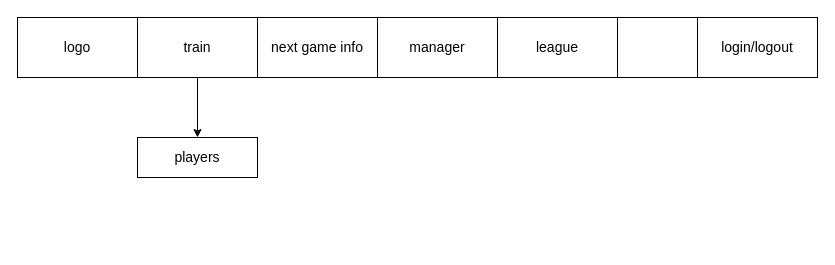
Earlier version of the draw.io diagram page "Page-3" (3 of 5) of api.drawio (rawi123/football-manager). Source tidied: cells renumbered, new cells numbered last; positions are measured from the earlier drawing's top-left corner, leaving out a move shared by most shapes. Both pictures are drawn from the tidied source at 100%, with x=0, y=0 at pixel (17, 17).
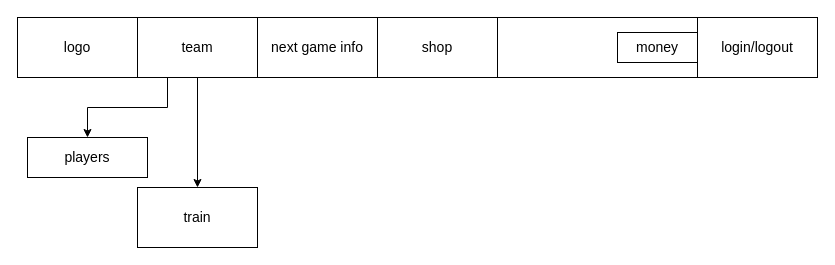
The same diagram, later.

What changed in the source:
```diff
@@
 <mxGraphModel>
   <root>
     <mxCell id="0" />
     <mxCell id="1" parent="0" />
     <mxCell id="2" style="rounded=0;whiteSpace=wrap;html=1;fontSize=14;" parent="1" vertex="1">
       <mxGeometry width="800" height="60" as="geometry" />
     </mxCell>
     <mxCell id="3" value="logo" style="rounded=0;whiteSpace=wrap;html=1;fontSize=14;" parent="1" vertex="1">
       <mxGeometry width="120" height="60" as="geometry" />
     </mxCell>
     <mxCell id="4" value="login/logout" style="rounded=0;whiteSpace=wrap;html=1;fontSize=14;" parent="1" vertex="1">
       <mxGeometry x="680" width="120" height="60" as="geometry" />
     </mxCell>
     <mxCell id="5" style="edgeStyle=orthogonalEdgeStyle;rounded=0;jettySize=auto;html=1;fontSize=14;" parent="1" edge="1" source="6" target="7">
-      <mxGeometry relative="1" as="geometry" />
+      <mxGeometry relative="1" as="geometry">
+        <Array as="points">
+          <mxPoint x="150" y="90" />
+          <mxPoint x="70" y="90" />
+        </Array>
+      </mxGeometry>
     </mxCell>
+    <mxCell id="11" style="edgeStyle=orthogonalEdgeStyle;rounded=0;jettySize=auto;html=1;" parent="1" edge="1" source="6" target="12">
+      <mxGeometry relative="1" as="geometry" />
+    </mxCell>
-    <mxCell id="6" value="train" style="rounded=0;whiteSpace=wrap;html=1;fontSize=14;" parent="1" vertex="1">
+    <mxCell id="6" value="team" style="rounded=0;whiteSpace=wrap;html=1;fontSize=14;" parent="1" vertex="1">
       <mxGeometry x="120" width="120" height="60" as="geometry" />
     </mxCell>
     <mxCell id="7" value="players&lt;br&gt;" style="rounded=0;whiteSpace=wrap;html=1;fontSize=14;" parent="1" vertex="1">
-      <mxGeometry x="120" y="120" width="120" height="40" as="geometry" />
+      <mxGeometry x="10" y="120" width="120" height="40" as="geometry" />
     </mxCell>
     <mxCell id="8" value="next game info" style="rounded=0;whiteSpace=wrap;html=1;fontSize=14;" parent="1" vertex="1">
       <mxGeometry x="240" width="120" height="60" as="geometry" />
     </mxCell>
-    <mxCell id="9" value="manager" style="rounded=0;whiteSpace=wrap;html=1;fontSize=14;" parent="1" vertex="1">
+    <mxCell id="9" value="shop" style="rounded=0;whiteSpace=wrap;html=1;fontSize=14;" parent="1" vertex="1">
       <mxGeometry x="360" width="120" height="60" as="geometry" />
     </mxCell>
-    <mxCell id="10" value="league" style="rounded=0;whiteSpace=wrap;html=1;fontSize=14;" parent="1" vertex="1">
-      <mxGeometry x="480" width="120" height="60" as="geometry" />
+    <mxCell id="10" value="money" style="rounded=0;whiteSpace=wrap;html=1;fontSize=14;" parent="1" vertex="1">
+      <mxGeometry x="600" y="15" width="80" height="30" as="geometry" />
     </mxCell>
+    <mxCell id="12" value="train" style="rounded=0;whiteSpace=wrap;html=1;fontSize=14;" parent="1" vertex="1">
+      <mxGeometry x="120" y="170" width="120" height="60" as="geometry" />
+    </mxCell>
   </root>
 </mxGraphModel>
```
